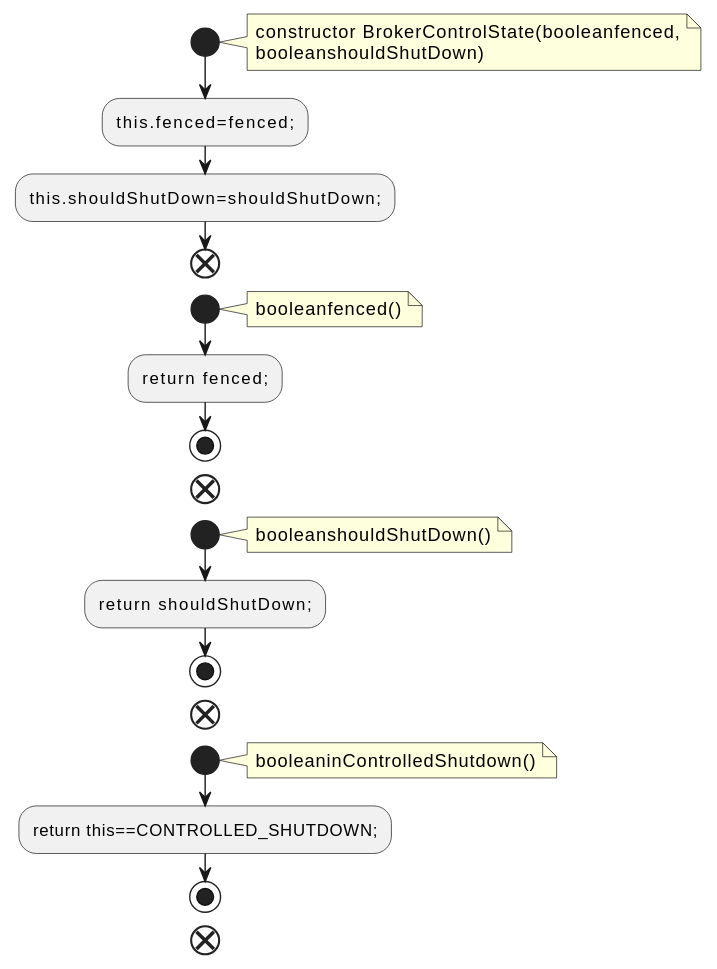
Earlier version of the PlantUML export docs/qc/metadata/src/main/java/org/apache/kafka/controller/BrokerControlState.java.fct.svg (qualitesys/kafka).
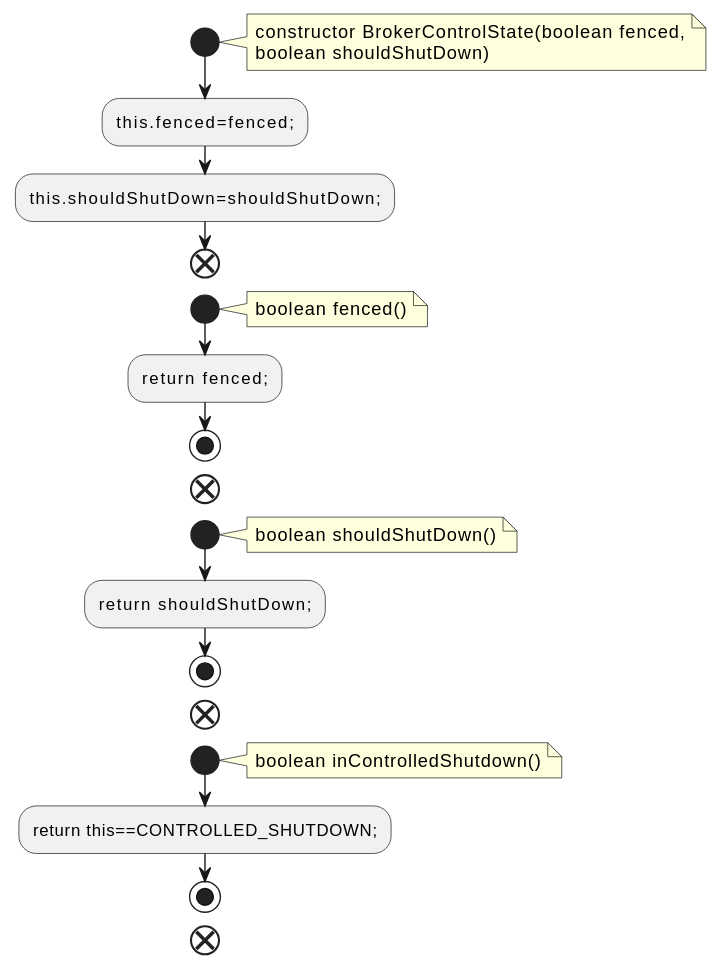
The same file after the commit.

Diff of the diagram source:
```diff
@@ -2,29 +2,29 @@
 !pragma layout smetana
 start
 note right
-constructor BrokerControlState(booleanfenced,
-booleanshouldShutDown)
+constructor BrokerControlState(boolean fenced,
+boolean shouldShutDown)
 end note
 :this.fenced=fenced;;
 :this.shouldShutDown=shouldShutDown;;
 end
 start
 note right
-booleanfenced()
+boolean fenced()
 end note
 :return fenced;;
 stop
 end
 start
 note right
-booleanshouldShutDown()
+boolean shouldShutDown()
 end note
 :return shouldShutDown;;
 stop
 end
 start
 note right
-booleaninControlledShutdown()
+boolean inControlledShutdown()
 end note
 :return this==CONTROLLED_SHUTDOWN;;
 stop
```
